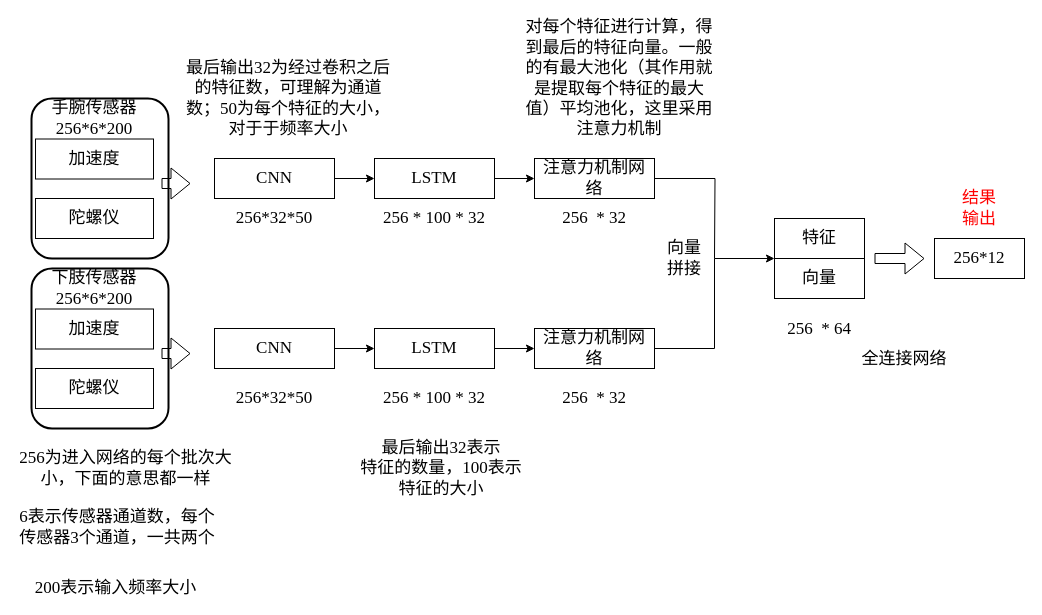
Before: 基于注意力机制的cnn-rnn.drawio in ByronGe/ff, a draw.io diagram. Source tidied: cells renumbered, new cells numbered last; positions are measured from the earlier drawing's top-left corner, leaving out a move shared by most shapes. Both pictures are drawn from the tidied source at 100%, with x=0, y=0 at pixel (17, 28).
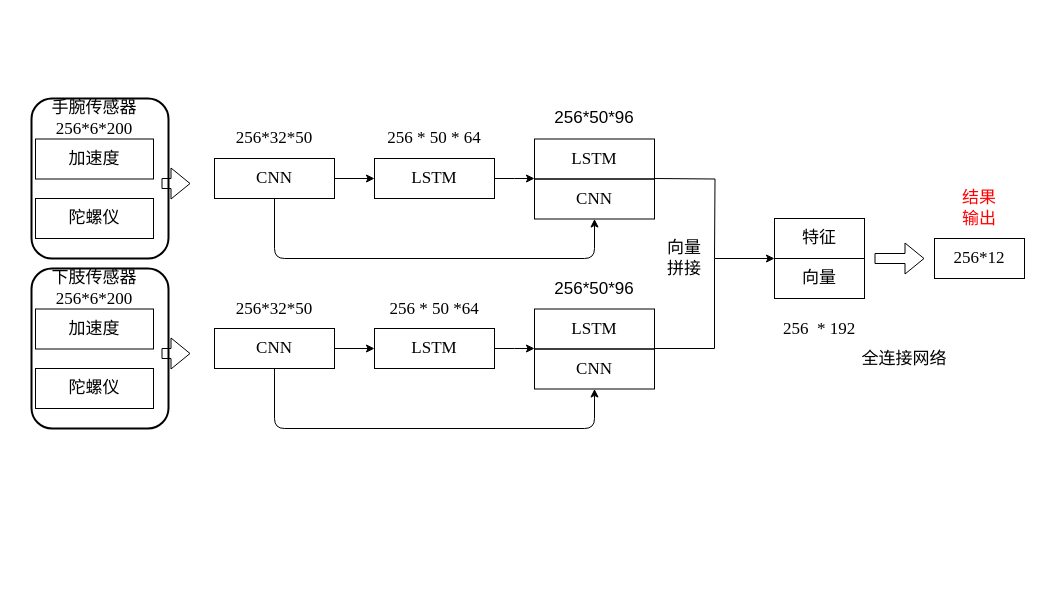
After the change.

Commit message:
Update 基于注意力机制的cnn-rnn.drawio

Unchanged cells that the change refers to:
```xml
<mxCell id="4" value="&lt;font style=&quot;vertical-align: inherit; font-size: 17px;&quot;&gt;&lt;font style=&quot;vertical-align: inherit; font-size: 17px;&quot;&gt;CNN&lt;/font&gt;&lt;/font&gt;" style="rounded=0;whiteSpace=wrap;html=1;fillColor=none;fontSize=17;fontFamily=Times New Roman;strokeColor=#000000;" parent="1" vertex="1">
  <mxGeometry x="197" y="130" width="120" height="40" as="geometry" />
</mxCell>
<mxCell id="17" value="&lt;font style=&quot;vertical-align: inherit; font-size: 17px;&quot;&gt;&lt;font style=&quot;vertical-align: inherit; font-size: 17px;&quot;&gt;&lt;font style=&quot;vertical-align: inherit; font-size: 17px;&quot;&gt;&lt;font style=&quot;vertical-align: inherit; font-size: 17px;&quot;&gt;LSTM&lt;/font&gt;&lt;/font&gt;&lt;/font&gt;&lt;/font&gt;" style="rounded=0;whiteSpace=wrap;html=1;fillColor=none;fontSize=17;fontFamily=Times New Roman;strokeColor=#000000;" parent="1" vertex="1">
  <mxGeometry x="357" y="130" width="120" height="40" as="geometry" />
</mxCell>
<mxCell id="22" value="&lt;font style=&quot;vertical-align: inherit; font-size: 17px;&quot;&gt;&lt;font style=&quot;vertical-align: inherit; font-size: 17px;&quot;&gt;&lt;font style=&quot;vertical-align: inherit; font-size: 17px;&quot;&gt;&lt;font style=&quot;vertical-align: inherit; font-size: 17px;&quot;&gt;LSTM&lt;/font&gt;&lt;/font&gt;&lt;/font&gt;&lt;/font&gt;" style="rounded=0;whiteSpace=wrap;html=1;fillColor=none;fontSize=17;fontFamily=Times New Roman;strokeColor=#000000;" parent="1" vertex="1">
  <mxGeometry x="357" y="300" width="120" height="40" as="geometry" />
</mxCell>
<mxCell id="25" value="向量" style="rounded=0;whiteSpace=wrap;html=1;fillColor=none;fontSize=17;fontFamily=Times New Roman;strokeColor=#000000;" parent="1" vertex="1">
  <mxGeometry x="757" y="230" width="90" height="40" as="geometry" />
</mxCell>
```

Diff of the diagram source:
```diff
@@
-    <mxCell id="16" style="edgeStyle=orthogonalEdgeStyle;rounded=0;jettySize=auto;html=1;fontFamily=Times New Roman;fontSize=17;" parent="1" edge="1" source="17" target="19">
-      <mxGeometry relative="1" as="geometry" />
+    <mxCell id="16" style="edgeStyle=orthogonalEdgeStyle;rounded=0;jettySize=auto;html=1;fontFamily=Times New Roman;fontSize=17;" parent="1" edge="1" source="17">
+      <mxGeometry relative="1" as="geometry">
+        <mxPoint x="517" y="150" as="targetPoint" />
+      </mxGeometry>
     </mxCell>
@@
-    <mxCell id="18" style="edgeStyle=orthogonalEdgeStyle;rounded=0;jettySize=auto;html=1;startArrow=none;startFill=0;strokeColor=#000000;endArrow=none;endFill=0;fontFamily=Times New Roman;fontSize=17;" parent="1" edge="1" source="19">
+    <mxCell id="18" style="edgeStyle=orthogonalEdgeStyle;rounded=0;orthogonalLoop=1;jettySize=auto;html=1;startArrow=none;startFill=0;strokeColor=#000000;endArrow=none;endFill=0;fontFamily=Times New Roman;fontSize=17;" parent="1" edge="1">
       <mxGeometry relative="1" as="geometry">
+        <mxPoint x="637" y="150" as="sourcePoint" />
         <mxPoint x="697" y="230" as="targetPoint" />
       </mxGeometry>
     </mxCell>
-    <mxCell id="19" value="&lt;font style=&quot;vertical-align: inherit; font-size: 17px;&quot;&gt;&lt;font style=&quot;vertical-align: inherit; font-size: 17px;&quot;&gt;&lt;font style=&quot;vertical-align: inherit; font-size: 17px;&quot;&gt;&lt;font style=&quot;vertical-align: inherit; font-size: 17px;&quot;&gt;&lt;font style=&quot;vertical-align: inherit; font-size: 17px;&quot;&gt;&lt;font style=&quot;vertical-align: inherit; font-size: 17px;&quot;&gt;注意力机制网络&lt;/font&gt;&lt;/font&gt;&lt;/font&gt;&lt;/font&gt;&lt;/font&gt;&lt;/font&gt;" style="rounded=0;whiteSpace=wrap;html=1;fillColor=none;fontSize=17;fontFamily=Times New Roman;strokeColor=#000000;" parent="1" vertex="1">
-      <mxGeometry x="517" y="130" width="120" height="40" as="geometry" />
-    </mxCell>
@@
-    <mxCell id="21" style="edgeStyle=orthogonalEdgeStyle;rounded=0;jettySize=auto;html=1;fontFamily=Times New Roman;fontSize=17;" parent="1" edge="1" source="22" target="24">
-      <mxGeometry relative="1" as="geometry" />
+    <mxCell id="21" style="edgeStyle=orthogonalEdgeStyle;rounded=0;jettySize=auto;html=1;fontFamily=Times New Roman;fontSize=17;" parent="1" edge="1" source="22">
+      <mxGeometry relative="1" as="geometry">
+        <mxPoint x="517" y="320" as="targetPoint" />
+      </mxGeometry>
     </mxCell>
@@
-    <mxCell id="23" style="edgeStyle=orthogonalEdgeStyle;rounded=0;jettySize=auto;html=1;entryX=0;entryY=0;entryDx=0;entryDy=0;fontFamily=Times New Roman;fontSize=17;" parent="1" edge="1" source="24" target="25">
+    <mxCell id="23" style="edgeStyle=orthogonalEdgeStyle;rounded=0;jettySize=auto;html=1;entryX=0;entryY=0;entryDx=0;entryDy=0;fontFamily=Times New Roman;fontSize=17;" parent="1" edge="1" target="25">
       <mxGeometry relative="1" as="geometry">
+        <mxPoint x="637" y="320" as="sourcePoint" />
         <Array as="points">
           <mxPoint x="697" y="320" />
           <mxPoint x="697" y="230" />
         </Array>
       </mxGeometry>
     </mxCell>
-    <mxCell id="24" value="&lt;font style=&quot;vertical-align: inherit; font-size: 17px;&quot;&gt;&lt;font style=&quot;vertical-align: inherit; font-size: 17px;&quot;&gt;&lt;font style=&quot;vertical-align: inherit; font-size: 17px;&quot;&gt;&lt;font style=&quot;vertical-align: inherit; font-size: 17px;&quot;&gt;&lt;font style=&quot;vertical-align: inherit; font-size: 17px;&quot;&gt;&lt;font style=&quot;vertical-align: inherit; font-size: 17px;&quot;&gt;注意力机制网络&lt;/font&gt;&lt;/font&gt;&lt;/font&gt;&lt;/font&gt;&lt;/font&gt;&lt;/font&gt;" style="rounded=0;whiteSpace=wrap;html=1;fillColor=none;fontSize=17;fontFamily=Times New Roman;strokeColor=#000000;" parent="1" vertex="1">
-      <mxGeometry x="517" y="300" width="120" height="40" as="geometry" />
-    </mxCell>
@@
     <mxCell id="26" value="&lt;font style=&quot;vertical-align: inherit; font-size: 17px;&quot;&gt;&lt;font style=&quot;vertical-align: inherit; font-size: 17px;&quot;&gt;256*32*50&lt;/font&gt;&lt;/font&gt;" style="text;html=1;strokeColor=none;fillColor=none;align=center;verticalAlign=middle;whiteSpace=wrap;rounded=0;fontFamily=Times New Roman;fontSize=17;" parent="1" vertex="1">
-      <mxGeometry x="237" y="180" width="40" height="20" as="geometry" />
+      <mxGeometry x="237" y="100" width="40" height="20" as="geometry" />
     </mxCell>
     <mxCell id="27" value="&lt;font style=&quot;vertical-align: inherit; font-size: 17px;&quot;&gt;&lt;font style=&quot;vertical-align: inherit; font-size: 17px;&quot;&gt;256*32*50&lt;/font&gt;&lt;/font&gt;" style="text;html=1;strokeColor=none;fillColor=none;align=center;verticalAlign=middle;whiteSpace=wrap;rounded=0;fontFamily=Times New Roman;fontSize=17;" parent="1" vertex="1">
-      <mxGeometry x="237" y="360" width="40" height="20" as="geometry" />
+      <mxGeometry x="237" y="270.5" width="40" height="20" as="geometry" />
     </mxCell>
-    <mxCell id="28" value="&lt;font style=&quot;vertical-align: inherit; font-size: 17px;&quot;&gt;&lt;font style=&quot;vertical-align: inherit; font-size: 17px;&quot;&gt;&lt;font style=&quot;vertical-align: inherit; font-size: 17px;&quot;&gt;&lt;font style=&quot;vertical-align: inherit; font-size: 17px;&quot;&gt;256 * 100 * 32&lt;/font&gt;&lt;/font&gt;&lt;/font&gt;&lt;/font&gt;" style="text;html=1;strokeColor=none;fillColor=none;align=center;verticalAlign=middle;whiteSpace=wrap;rounded=0;fontFamily=Times New Roman;fontSize=17;" parent="1" vertex="1">
-      <mxGeometry x="362" y="180" width="110" height="20" as="geometry" />
+    <mxCell id="28" value="&lt;font style=&quot;vertical-align: inherit ; font-size: 17px&quot;&gt;&lt;font style=&quot;vertical-align: inherit ; font-size: 17px&quot;&gt;&lt;font style=&quot;vertical-align: inherit ; font-size: 17px&quot;&gt;&lt;font style=&quot;vertical-align: inherit ; font-size: 17px&quot;&gt;256 * 50 * 64&lt;/font&gt;&lt;/font&gt;&lt;/font&gt;&lt;/font&gt;" style="text;html=1;strokeColor=none;fillColor=none;align=center;verticalAlign=middle;whiteSpace=wrap;rounded=0;fontFamily=Times New Roman;fontSize=17;" parent="1" vertex="1">
+      <mxGeometry x="362" y="100" width="110" height="20" as="geometry" />
     </mxCell>
-    <mxCell id="29" value="&lt;font style=&quot;vertical-align: inherit; font-size: 17px;&quot;&gt;&lt;font style=&quot;vertical-align: inherit; font-size: 17px;&quot;&gt;&lt;font style=&quot;vertical-align: inherit; font-size: 17px;&quot;&gt;&lt;font style=&quot;vertical-align: inherit; font-size: 17px;&quot;&gt;256 * 100 * 32&lt;/font&gt;&lt;/font&gt;&lt;/font&gt;&lt;/font&gt;" style="text;html=1;strokeColor=none;fillColor=none;align=center;verticalAlign=middle;whiteSpace=wrap;rounded=0;fontFamily=Times New Roman;fontSize=17;" parent="1" vertex="1">
-      <mxGeometry x="362" y="360" width="110" height="20" as="geometry" />
+    <mxCell id="29" value="&lt;font style=&quot;vertical-align: inherit ; font-size: 17px&quot;&gt;&lt;font style=&quot;vertical-align: inherit ; font-size: 17px&quot;&gt;&lt;font style=&quot;vertical-align: inherit ; font-size: 17px&quot;&gt;&lt;font style=&quot;vertical-align: inherit ; font-size: 17px&quot;&gt;256 * 50 *64&lt;/font&gt;&lt;/font&gt;&lt;/font&gt;&lt;/font&gt;" style="text;html=1;strokeColor=none;fillColor=none;align=center;verticalAlign=middle;whiteSpace=wrap;rounded=0;fontFamily=Times New Roman;fontSize=17;" parent="1" vertex="1">
+      <mxGeometry x="362" y="270.5" width="110" height="20" as="geometry" />
     </mxCell>
-    <mxCell id="30" value="&lt;font style=&quot;vertical-align: inherit; font-size: 17px;&quot;&gt;&lt;font style=&quot;vertical-align: inherit; font-size: 17px;&quot;&gt;&lt;font style=&quot;vertical-align: inherit; font-size: 17px;&quot;&gt;&lt;font style=&quot;vertical-align: inherit; font-size: 17px;&quot;&gt;&lt;font style=&quot;vertical-align: inherit; font-size: 17px;&quot;&gt;&lt;font style=&quot;vertical-align: inherit; font-size: 17px;&quot;&gt;256&amp;nbsp; * 32&lt;/font&gt;&lt;/font&gt;&lt;/font&gt;&lt;/font&gt;&lt;/font&gt;&lt;/font&gt;" style="text;html=1;strokeColor=none;fillColor=none;align=center;verticalAlign=middle;whiteSpace=wrap;rounded=0;fontFamily=Times New Roman;fontSize=17;" parent="1" vertex="1">
-      <mxGeometry x="537" y="180" width="80" height="20" as="geometry" />
-    </mxCell>
-    <mxCell id="31" value="&lt;font style=&quot;vertical-align: inherit; font-size: 17px;&quot;&gt;&lt;font style=&quot;vertical-align: inherit; font-size: 17px;&quot;&gt;&lt;font style=&quot;vertical-align: inherit; font-size: 17px;&quot;&gt;&lt;font style=&quot;vertical-align: inherit; font-size: 17px;&quot;&gt;&lt;font style=&quot;vertical-align: inherit; font-size: 17px;&quot;&gt;&lt;font style=&quot;vertical-align: inherit; font-size: 17px;&quot;&gt;256&amp;nbsp; * 32&lt;/font&gt;&lt;/font&gt;&lt;/font&gt;&lt;/font&gt;&lt;/font&gt;&lt;/font&gt;" style="text;html=1;strokeColor=none;fillColor=none;align=center;verticalAlign=middle;whiteSpace=wrap;rounded=0;fontFamily=Times New Roman;fontSize=17;" parent="1" vertex="1">
-      <mxGeometry x="537" y="360" width="80" height="20" as="geometry" />
-    </mxCell>
@@
-    <mxCell id="33" value="&lt;font style=&quot;vertical-align: inherit; font-size: 17px;&quot;&gt;&lt;font style=&quot;vertical-align: inherit; font-size: 17px;&quot;&gt;&lt;font style=&quot;vertical-align: inherit; font-size: 17px;&quot;&gt;&lt;font style=&quot;vertical-align: inherit; font-size: 17px;&quot;&gt;&lt;font style=&quot;vertical-align: inherit; font-size: 17px;&quot;&gt;&lt;font style=&quot;vertical-align: inherit; font-size: 17px;&quot;&gt;256&amp;nbsp; * 64&lt;/font&gt;&lt;/font&gt;&lt;/font&gt;&lt;/font&gt;&lt;/font&gt;&lt;/font&gt;" style="text;html=1;strokeColor=none;fillColor=none;align=center;verticalAlign=middle;whiteSpace=wrap;rounded=0;fontFamily=Times New Roman;fontSize=17;" parent="1" vertex="1">
+    <mxCell id="33" value="&lt;font style=&quot;vertical-align: inherit ; font-size: 17px&quot;&gt;&lt;font style=&quot;vertical-align: inherit ; font-size: 17px&quot;&gt;&lt;font style=&quot;vertical-align: inherit ; font-size: 17px&quot;&gt;&lt;font style=&quot;vertical-align: inherit ; font-size: 17px&quot;&gt;&lt;font style=&quot;vertical-align: inherit ; font-size: 17px&quot;&gt;&lt;font style=&quot;vertical-align: inherit ; font-size: 17px&quot;&gt;256&amp;nbsp; * 192&lt;/font&gt;&lt;/font&gt;&lt;/font&gt;&lt;/font&gt;&lt;/font&gt;&lt;/font&gt;" style="text;html=1;strokeColor=none;fillColor=none;align=center;verticalAlign=middle;whiteSpace=wrap;rounded=0;fontFamily=Times New Roman;fontSize=17;" parent="1" vertex="1">
       <mxGeometry x="762" y="290.5" width="80" height="20" as="geometry" />
     </mxCell>
@@
-    <mxCell id="38" value="256为进入网络的每个批次大小，下面的意思都一样" style="text;html=1;strokeColor=none;fillColor=none;align=center;verticalAlign=middle;whiteSpace=wrap;rounded=0;fontFamily=Times New Roman;fontSize=17;" parent="1" vertex="1">
-      <mxGeometry y="420" width="217" height="40" as="geometry" />
-    </mxCell>
-    <mxCell id="39" value="6表示传感器通道数，每个传感器3个通道，一共两个" style="text;html=1;strokeColor=none;fillColor=none;align=center;verticalAlign=middle;whiteSpace=wrap;rounded=0;fontFamily=Times New Roman;fontSize=17;" parent="1" vertex="1">
-      <mxGeometry y="489" width="200" height="20" as="geometry" />
-    </mxCell>
-    <mxCell id="40" value="200表示输入频率大小" style="text;html=1;strokeColor=none;fillColor=none;align=center;verticalAlign=middle;whiteSpace=wrap;rounded=0;fontFamily=Times New Roman;fontSize=17;" parent="1" vertex="1">
-      <mxGeometry x="13" y="550" width="171" height="20" as="geometry" />
-    </mxCell>
-    <mxCell id="41" value="最后输出32为经过卷积之后的特征数，可理解为通道数；50为每个特征的大小，&lt;br&gt;对于于频率大小" style="text;html=1;strokeColor=none;fillColor=none;align=center;verticalAlign=middle;whiteSpace=wrap;rounded=0;fontFamily=Times New Roman;fontSize=17;" parent="1" vertex="1">
-      <mxGeometry x="161" y="60" width="220" height="20" as="geometry" />
-    </mxCell>
-    <mxCell id="42" value="最后输出32表示&lt;br&gt;特征的数量，100表示&lt;br&gt;特征的大小" style="text;html=1;strokeColor=none;fillColor=none;align=center;verticalAlign=middle;whiteSpace=wrap;rounded=0;fontFamily=Times New Roman;fontSize=17;" parent="1" vertex="1">
-      <mxGeometry x="311" y="400" width="226" height="80" as="geometry" />
-    </mxCell>
-    <mxCell id="43" value="对每个特征进行计算，得到最后的特征向量。一般的有最大池化（其作用就是提取每个特征的最大值）平均池化，这里采用注意力机制" style="text;html=1;strokeColor=none;fillColor=none;align=center;verticalAlign=middle;whiteSpace=wrap;rounded=0;fontFamily=Times New Roman;fontSize=17;" parent="1" vertex="1">
-      <mxGeometry x="507" width="190" height="100" as="geometry" />
-    </mxCell>
+    <mxCell id="44" value="&lt;font style=&quot;vertical-align: inherit; font-size: 17px;&quot;&gt;&lt;font style=&quot;vertical-align: inherit; font-size: 17px;&quot;&gt;&lt;font style=&quot;vertical-align: inherit; font-size: 17px;&quot;&gt;&lt;font style=&quot;vertical-align: inherit; font-size: 17px;&quot;&gt;LSTM&lt;/font&gt;&lt;/font&gt;&lt;/font&gt;&lt;/font&gt;" style="rounded=0;whiteSpace=wrap;html=1;fillColor=none;fontSize=17;fontFamily=Times New Roman;strokeColor=#000000;" parent="1" vertex="1">
+      <mxGeometry x="517" y="110.5" width="120" height="40" as="geometry" />
+    </mxCell>
+    <mxCell id="45" value="&lt;font style=&quot;vertical-align: inherit ; font-size: 17px&quot;&gt;&lt;font style=&quot;vertical-align: inherit ; font-size: 17px&quot;&gt;&lt;font style=&quot;vertical-align: inherit ; font-size: 17px&quot;&gt;&lt;font style=&quot;vertical-align: inherit ; font-size: 17px&quot;&gt;CNN&lt;/font&gt;&lt;/font&gt;&lt;/font&gt;&lt;/font&gt;" style="rounded=0;whiteSpace=wrap;html=1;fillColor=none;fontSize=17;fontFamily=Times New Roman;strokeColor=#000000;" parent="1" vertex="1">
+      <mxGeometry x="517" y="150.5" width="120" height="40" as="geometry" />
+    </mxCell>
+    <mxCell id="46" value="&lt;font style=&quot;vertical-align: inherit; font-size: 17px;&quot;&gt;&lt;font style=&quot;vertical-align: inherit; font-size: 17px;&quot;&gt;&lt;font style=&quot;vertical-align: inherit; font-size: 17px;&quot;&gt;&lt;font style=&quot;vertical-align: inherit; font-size: 17px;&quot;&gt;LSTM&lt;/font&gt;&lt;/font&gt;&lt;/font&gt;&lt;/font&gt;" style="rounded=0;whiteSpace=wrap;html=1;fillColor=none;fontSize=17;fontFamily=Times New Roman;strokeColor=#000000;" parent="1" vertex="1">
+      <mxGeometry x="517" y="280.5" width="120" height="40" as="geometry" />
+    </mxCell>
+    <mxCell id="47" value="&lt;font style=&quot;vertical-align: inherit ; font-size: 17px&quot;&gt;&lt;font style=&quot;vertical-align: inherit ; font-size: 17px&quot;&gt;&lt;font style=&quot;vertical-align: inherit ; font-size: 17px&quot;&gt;&lt;font style=&quot;vertical-align: inherit ; font-size: 17px&quot;&gt;CNN&lt;/font&gt;&lt;/font&gt;&lt;/font&gt;&lt;/font&gt;" style="rounded=0;whiteSpace=wrap;html=1;fillColor=none;fontSize=17;fontFamily=Times New Roman;strokeColor=#000000;" parent="1" vertex="1">
+      <mxGeometry x="517" y="320.5" width="120" height="40" as="geometry" />
+    </mxCell>
+    <mxCell id="48" style="endArrow=classic;html=1;exitX=0.5;exitY=1;exitDx=0;exitDy=0;entryX=0.5;entryY=1;entryDx=0;entryDy=0;" parent="1" edge="1" source="4" target="45">
+      <mxGeometry relative="1" as="geometry">
+        <Array as="points">
+          <mxPoint x="257" y="230" />
+          <mxPoint x="577" y="230" />
+        </Array>
+      </mxGeometry>
+    </mxCell>
+    <mxCell id="49" style="endArrow=classic;html=1;exitX=0.5;exitY=1;exitDx=0;exitDy=0;entryX=0.5;entryY=1;entryDx=0;entryDy=0;" parent="1" edge="1">
+      <mxGeometry relative="1" as="geometry">
+        <mxPoint x="257" y="340" as="sourcePoint" />
+        <mxPoint x="577" y="360.5" as="targetPoint" />
+        <Array as="points">
+          <mxPoint x="257" y="400" />
+          <mxPoint x="577" y="400" />
+        </Array>
+      </mxGeometry>
+    </mxCell>
+    <mxCell id="50" value="&lt;font style=&quot;font-size: 17px&quot;&gt;256*50*96&lt;/font&gt;" style="text;html=1;strokeColor=none;fillColor=none;align=center;verticalAlign=middle;whiteSpace=wrap;rounded=0;" parent="1" vertex="1">
+      <mxGeometry x="557" y="250.5" width="40" height="20" as="geometry" />
+    </mxCell>
+    <mxCell id="51" value="&lt;font style=&quot;font-size: 17px&quot;&gt;256*50*96&lt;/font&gt;" style="text;html=1;strokeColor=none;fillColor=none;align=center;verticalAlign=middle;whiteSpace=wrap;rounded=0;" parent="1" vertex="1">
+      <mxGeometry x="557" y="80" width="40" height="20" as="geometry" />
+    </mxCell>
```
